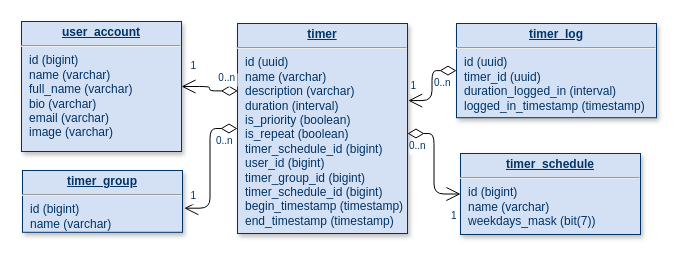
Before: Org Files/Release 0.2.0 Database Schema.drawio in al-kuznetsov/tick-a-boo-org-files, a draw.io diagram. Source tidied: cells renumbered, new cells numbered last; positions are measured from the earlier drawing's top-left corner, leaving out a move shared by most shapes. Both pictures are drawn from the tidied source at 100%, with x=0, y=0 at pixel (21, 21).
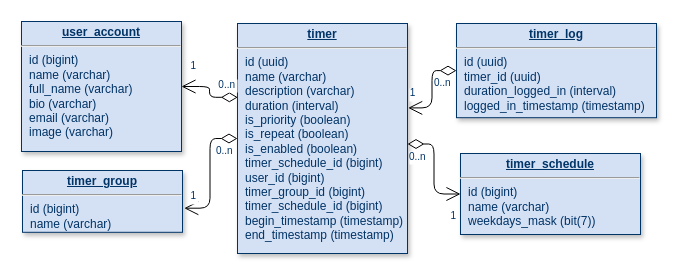
The same diagram, later.

Commit message (it also covers changes not shown here):
Fix Release 0.2.0 Database Schema

Diff of the diagram source:
```diff
@@
-    <mxCell id="2" value="&lt;p style=&quot;margin: 0px; margin-top: 4px; text-align: center; text-decoration: underline;&quot;&gt;&lt;strong&gt;timer&lt;/strong&gt;&lt;/p&gt;&lt;hr&gt;&lt;p style=&quot;margin: 0px; margin-left: 8px;&quot;&gt;id (uuid)&lt;/p&gt;&lt;p style=&quot;margin: 0px; margin-left: 8px;&quot;&gt;name (varchar)&lt;/p&gt;&lt;p style=&quot;margin: 0px; margin-left: 8px;&quot;&gt;description (varchar)&lt;/p&gt;&lt;p style=&quot;margin: 0px; margin-left: 8px;&quot;&gt;duration (interval)&lt;/p&gt;&lt;p style=&quot;margin: 0px; margin-left: 8px;&quot;&gt;is_priority (boolean)&lt;/p&gt;&lt;p style=&quot;margin: 0px; margin-left: 8px;&quot;&gt;is_repeat (boolean)&lt;/p&gt;&lt;p style=&quot;margin: 0px; margin-left: 8px;&quot;&gt;timer_schedule_id (bigint)&lt;/p&gt;&lt;p style=&quot;margin: 0px; margin-left: 8px;&quot;&gt;user_id (bigint)&lt;/p&gt;&lt;p style=&quot;margin: 0px; margin-left: 8px;&quot;&gt;timer_group_id (bigint)&lt;/p&gt;&lt;p style=&quot;margin: 0px; margin-left: 8px;&quot;&gt;timer_schedule_id (bigint)&lt;/p&gt;&lt;p style=&quot;border-color: var(--border-color); margin: 0px 0px 0px 8px;&quot;&gt;begin_timestamp (timestamp)&lt;/p&gt;&lt;p style=&quot;border-color: var(--border-color); margin: 0px 0px 0px 8px;&quot;&gt;end_timestamp (timestamp)&lt;/p&gt;" style="verticalAlign=top;align=left;overflow=fill;fontSize=12;fontFamily=Helvetica;html=1;strokeColor=#003366;shadow=1;fillColor=#D4E1F5;fontColor=#003366;" parent="1" vertex="1">
-      <mxGeometry x="216" y="2" width="170" height="210" as="geometry" />
+    <mxCell id="2" value="&lt;p style=&quot;margin: 0px; margin-top: 4px; text-align: center; text-decoration: underline;&quot;&gt;&lt;strong&gt;timer&lt;/strong&gt;&lt;/p&gt;&lt;hr&gt;&lt;p style=&quot;margin: 0px; margin-left: 8px;&quot;&gt;id (uuid)&lt;/p&gt;&lt;p style=&quot;margin: 0px; margin-left: 8px;&quot;&gt;name (varchar)&lt;/p&gt;&lt;p style=&quot;margin: 0px; margin-left: 8px;&quot;&gt;description (varchar)&lt;/p&gt;&lt;p style=&quot;margin: 0px; margin-left: 8px;&quot;&gt;duration (interval)&lt;/p&gt;&lt;p style=&quot;margin: 0px; margin-left: 8px;&quot;&gt;is_priority (boolean)&lt;/p&gt;&lt;p style=&quot;margin: 0px; margin-left: 8px;&quot;&gt;is_repeat (boolean)&lt;/p&gt;&lt;p style=&quot;margin: 0px; margin-left: 8px;&quot;&gt;is_enabled (boolean)&lt;/p&gt;&lt;p style=&quot;margin: 0px; margin-left: 8px;&quot;&gt;timer_schedule_id (bigint)&lt;/p&gt;&lt;p style=&quot;margin: 0px; margin-left: 8px;&quot;&gt;user_id (bigint)&lt;/p&gt;&lt;p style=&quot;margin: 0px; margin-left: 8px;&quot;&gt;timer_group_id (bigint)&lt;/p&gt;&lt;p style=&quot;margin: 0px; margin-left: 8px;&quot;&gt;timer_schedule_id (bigint)&lt;/p&gt;&lt;p style=&quot;border-color: var(--border-color); margin: 0px 0px 0px 8px;&quot;&gt;begin_timestamp (timestamp)&lt;/p&gt;&lt;p style=&quot;border-color: var(--border-color); margin: 0px 0px 0px 8px;&quot;&gt;end_timestamp (timestamp)&lt;/p&gt;" style="verticalAlign=top;align=left;overflow=fill;fontSize=12;fontFamily=Helvetica;html=1;strokeColor=#003366;shadow=1;fillColor=#D4E1F5;fontColor=#003366;" parent="1" vertex="1">
+      <mxGeometry x="216" y="2" width="170" height="230" as="geometry" />
     </mxCell>
```
